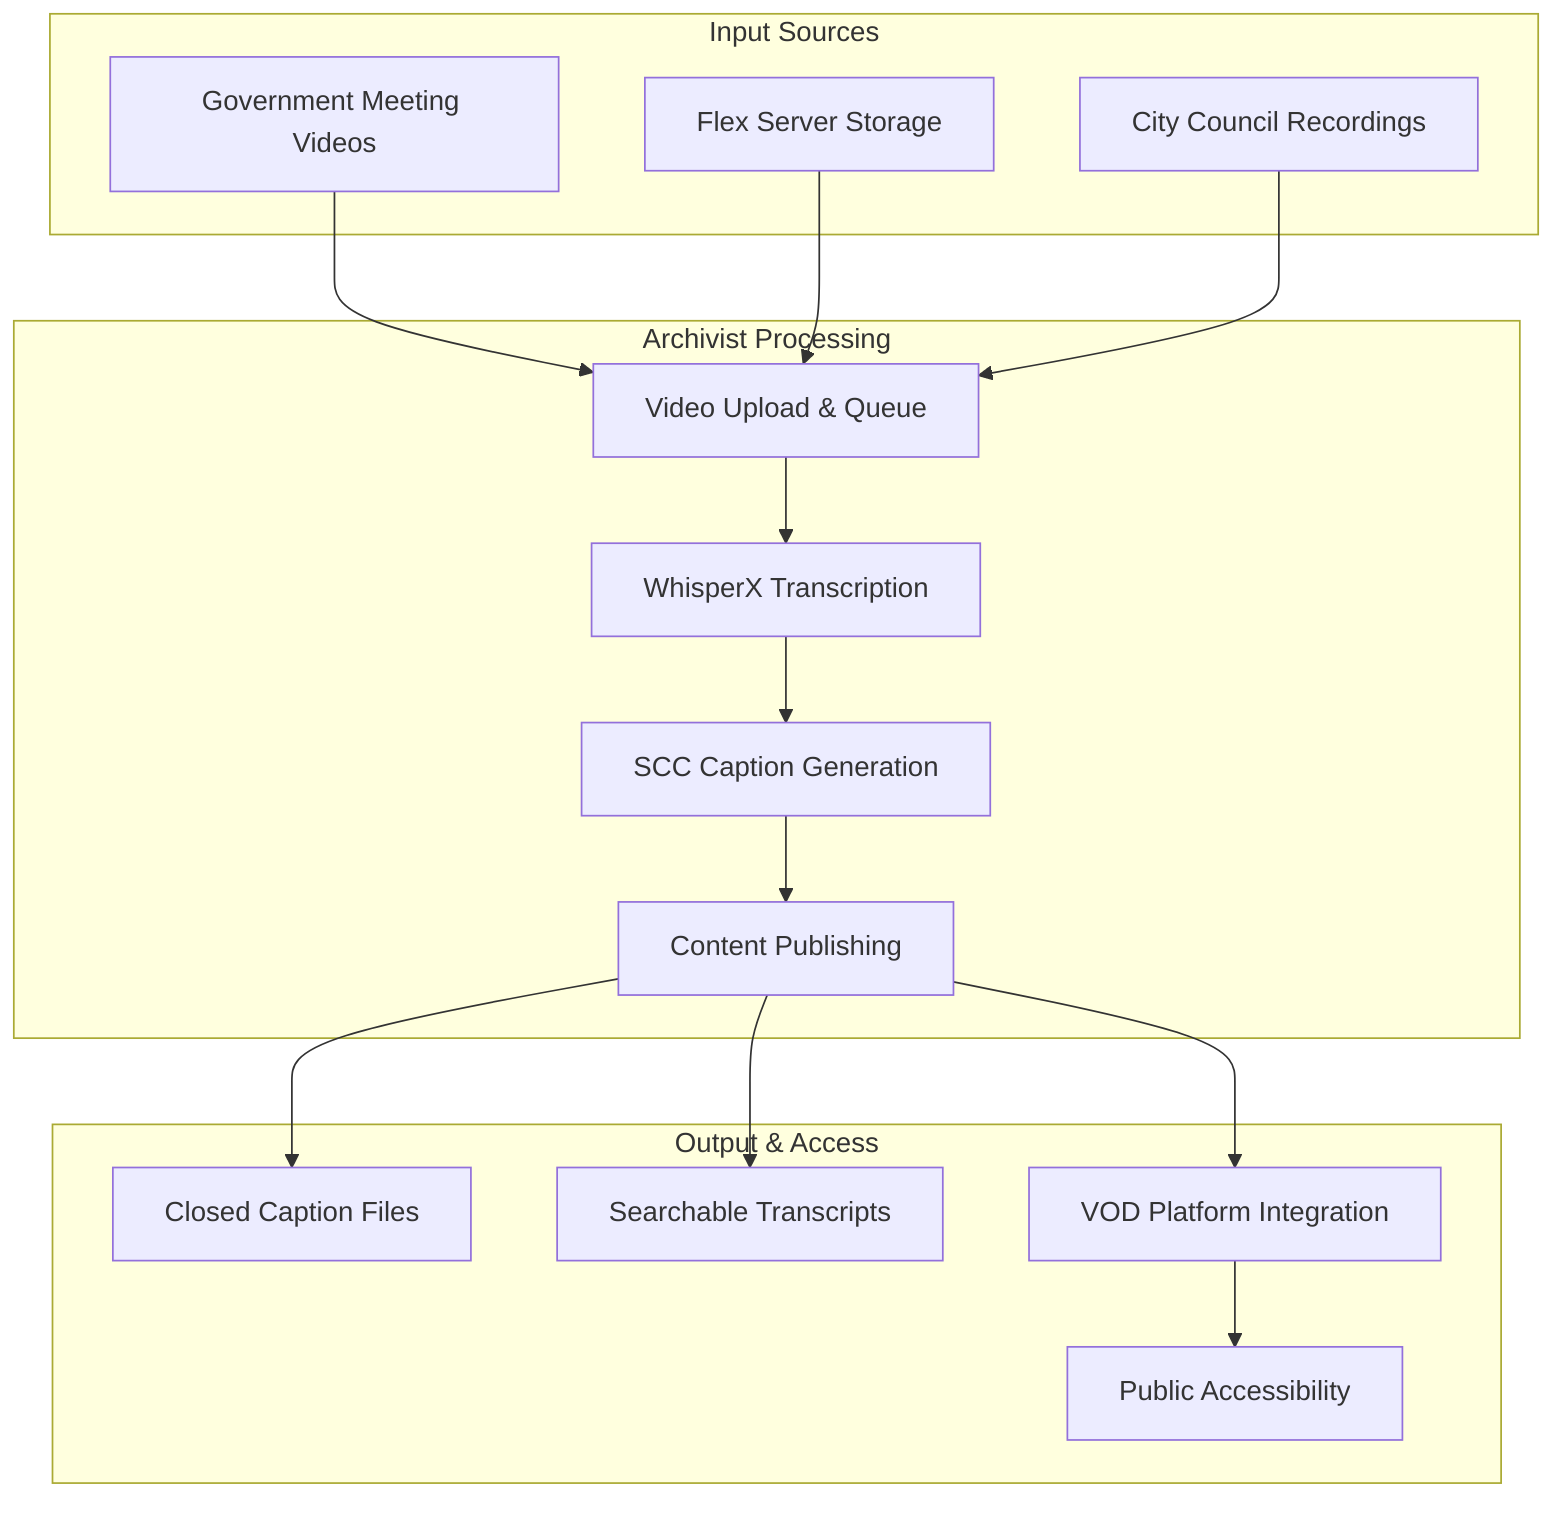
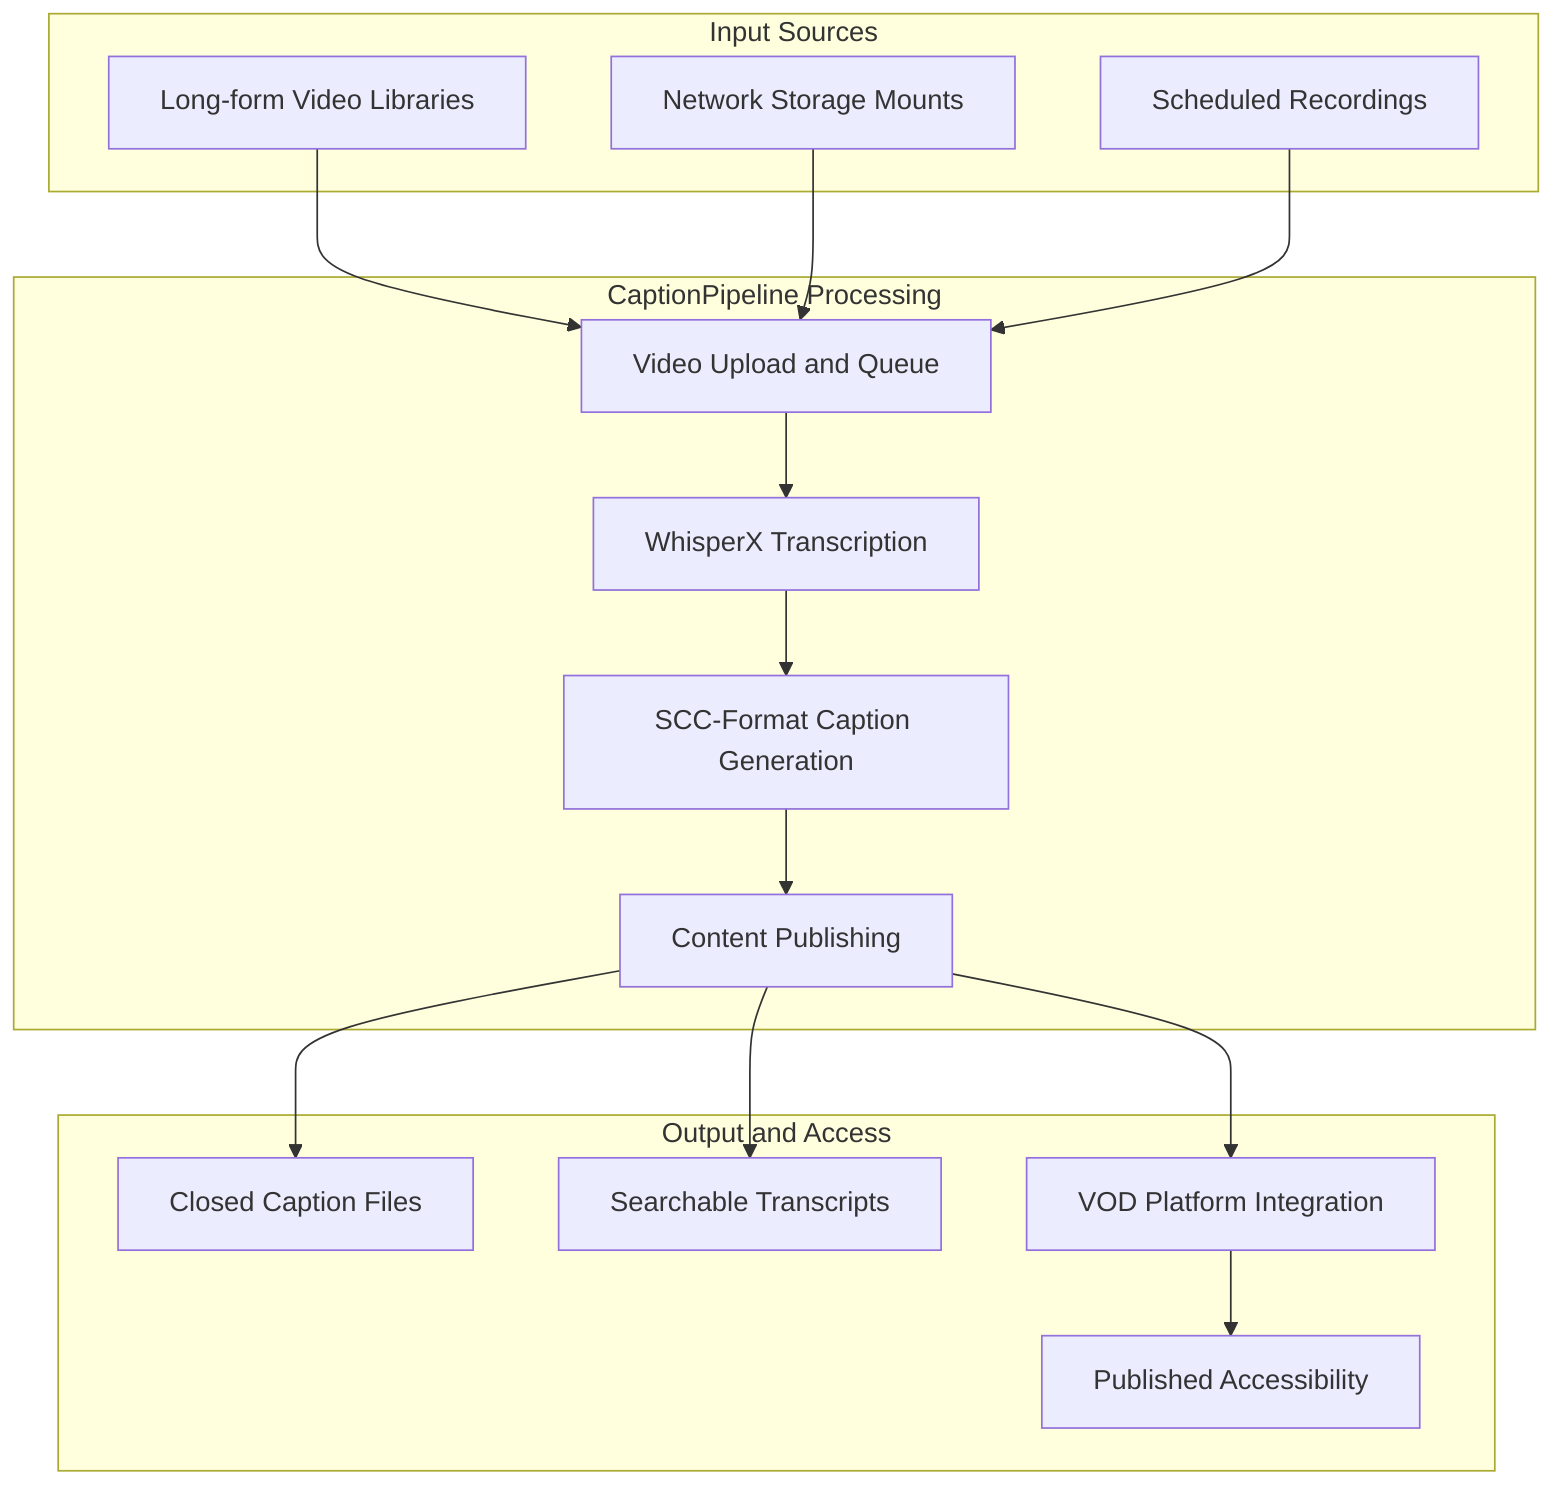
- %% Archivist - High-Level System Flow
- %% Source: README.md high-level architecture mermaid diagram
+ %% CaptionPipeline - High-Level System Flow
graph TB
    subgraph "Input Sources"
-         A[Government Meeting Videos]
-         B[Flex Server Storage]
-         C[City Council Recordings]
+         A[Long-form Video Libraries]
+         B[Network Storage Mounts]
+         C[Scheduled Recordings]
    end

-     subgraph "Archivist Processing"
-         D[Video Upload & Queue]
+     subgraph "CaptionPipeline Processing"
+         D[Video Upload and Queue]
        E[WhisperX Transcription]
-         F[SCC Caption Generation]
+         F[SCC-Format Caption Generation]
        G[Content Publishing]
    end

-     subgraph "Output & Access"
+     subgraph "Output and Access"
        H[Closed Caption Files]
        I[Searchable Transcripts]
        J[VOD Platform Integration]
-         K[Public Accessibility]
+         K[Published Accessibility]
    end

    A --> D
    B --> D
    C --> D
    D --> E
    E --> F
    F --> G
    G --> H
    G --> I
    G --> J
    J --> K
- 
